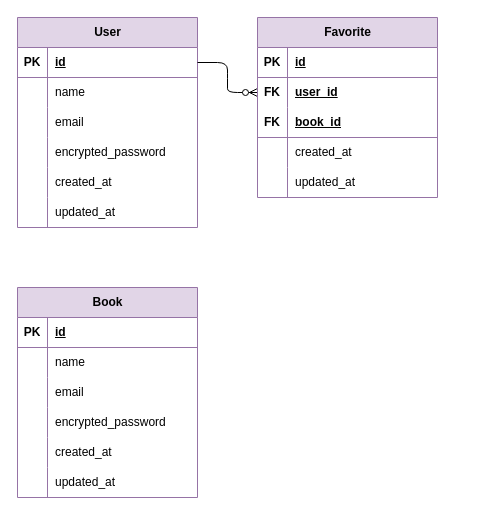
Before: team_nk/いいね機能.drawio in Ganmo3/drawio, a draw.io diagram. Source tidied: cells renumbered, new cells numbered last; positions are measured from the earlier drawing's top-left corner, leaving out a move shared by most shapes. Both pictures are drawn from the tidied source at 100%, with x=0, y=0 at pixel (17, 17).
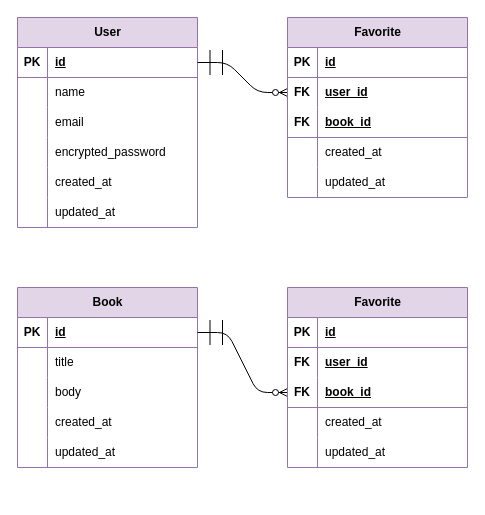
Above is the later version.

Commit message (it also covers changes not shown here):
いいね機能.drawio を更新します

Unchanged cells that the change refers to:
```xml
<mxCell id="3" style="shape=tableRow;horizontal=0;startSize=0;swimlaneHead=0;swimlaneBody=0;fillColor=none;points=[[0,0.5],[1,0.5]];portConstraint=eastwest;top=0;left=0;right=0;bottom=1;strokeColor=#9673a6;fontFamily=Helvetica;fontSize=12;fontColor=default;html=1;" parent="2" vertex="1">
  <mxGeometry y="30" width="180" height="30" as="geometry" />
</mxCell>
<mxCell id="26" style="shape=tableRow;horizontal=0;startSize=0;swimlaneHead=0;swimlaneBody=0;fillColor=none;points=[[0,0.5],[1,0.5]];portConstraint=eastwest;top=0;left=0;right=0;bottom=0;strokeColor=#9673a6;fontFamily=Helvetica;fontSize=12;fontColor=default;html=1;" parent="22" vertex="1">
  <mxGeometry y="60" width="180" height="30" as="geometry" />
</mxCell>
<mxCell id="39" style="shape=tableRow;horizontal=0;startSize=0;swimlaneHead=0;swimlaneBody=0;fillColor=none;points=[[0,0.5],[1,0.5]];portConstraint=eastwest;top=0;left=0;right=0;bottom=1;strokeColor=#9673a6;fontFamily=Helvetica;fontSize=12;fontColor=default;html=1;" parent="38" vertex="1">
  <mxGeometry y="30" width="180" height="30" as="geometry" />
</mxCell>
<mxCell id="42" style="shape=tableRow;horizontal=0;startSize=0;swimlaneHead=0;swimlaneBody=0;fillColor=none;top=0;left=0;right=0;bottom=0;strokeColor=#9673a6;fontFamily=Helvetica;fontSize=12;fontColor=default;html=1;" parent="38" vertex="1">
  <mxGeometry y="60" width="180" height="30" as="geometry" />
</mxCell>
<mxCell id="45" style="shape=tableRow;horizontal=0;startSize=0;swimlaneHead=0;swimlaneBody=0;fillColor=none;top=0;left=0;right=0;bottom=0;strokeColor=#9673a6;fontFamily=Helvetica;fontSize=12;fontColor=default;html=1;" parent="38" vertex="1">
  <mxGeometry y="90" width="180" height="30" as="geometry" />
</mxCell>
```

Change to the diagram source:
```diff
@@
-    <mxCell id="21" style="edgeStyle=entityRelationEdgeStyle;fontSize=12;html=1;endArrow=ERzeroToMany;endFill=1;fontFamily=Helvetica;fontColor=default;startSize=23;rounded=1;entryX=0;entryY=0.5;entryDx=0;entryDy=0;" parent="1" edge="1" source="3" target="26">
+    <mxCell id="21" style="edgeStyle=entityRelationEdgeStyle;fontSize=12;html=1;endArrow=ERzeroToMany;endFill=1;fontFamily=Helvetica;fontColor=default;startSize=23;rounded=1;entryX=0;entryY=0.5;entryDx=0;entryDy=0;startArrow=ERmandOne;startFill=0;jumpSize=0;strokeWidth=1;strokeColor=default;" parent="1" edge="1" source="3" target="26">
       <mxGeometry relative="1" as="geometry" />
     </mxCell>
     <mxCell id="22" value="&lt;font color=&quot;#000000&quot;&gt;Favorite&lt;/font&gt;" style="shape=table;startSize=30;childLayout=tableLayout;rowLines=0;fontStyle=1;align=center;html=1;strokeColor=#9673a6;fontFamily=Helvetica;fontSize=12;fontColor=default;fillColor=#e1d5e7;" parent="1" vertex="1">
-      <mxGeometry x="240" width="180" height="180" as="geometry" />
+      <mxGeometry x="270" width="180" height="180" as="geometry" />
     </mxCell>
@@
     <mxCell id="38" value="&lt;font color=&quot;#000000&quot;&gt;Book&lt;/font&gt;" style="shape=table;startSize=30;childLayout=tableLayout;rowLines=0;fontStyle=1;align=center;html=1;strokeColor=#9673a6;fontFamily=Helvetica;fontSize=12;fontColor=default;fillColor=#e1d5e7;" parent="1" vertex="1">
-      <mxGeometry y="270" width="180" height="210" as="geometry" />
+      <mxGeometry y="270" width="180" height="180" as="geometry" />
     </mxCell>
@@
-    <mxCell id="44" value="name" style="shape=partialRectangle;fillColor=none;top=0;left=0;bottom=0;right=0;align=left;spacingLeft=6;overflow=hidden;whiteSpace=wrap;html=1;strokeColor=#9673a6;fontFamily=Helvetica;fontSize=12;fontColor=default;startSize=23;" parent="42" vertex="1">
+    <mxCell id="44" value="title" style="shape=partialRectangle;fillColor=none;top=0;left=0;bottom=0;right=0;align=left;spacingLeft=6;overflow=hidden;whiteSpace=wrap;html=1;strokeColor=#9673a6;fontFamily=Helvetica;fontSize=12;fontColor=default;startSize=23;" parent="42" vertex="1">
       <mxGeometry x="30" width="150" height="30" as="geometry" />
     </mxCell>
@@
-    <mxCell id="47" value="email" style="shape=partialRectangle;fillColor=none;top=0;left=0;bottom=0;right=0;align=left;spacingLeft=6;overflow=hidden;whiteSpace=wrap;html=1;strokeColor=#9673a6;fontFamily=Helvetica;fontSize=12;fontColor=default;startSize=23;" parent="45" vertex="1">
+    <mxCell id="47" value="body" style="shape=partialRectangle;fillColor=none;top=0;left=0;bottom=0;right=0;align=left;spacingLeft=6;overflow=hidden;whiteSpace=wrap;html=1;strokeColor=#9673a6;fontFamily=Helvetica;fontSize=12;fontColor=default;startSize=23;" parent="45" vertex="1">
       <mxGeometry x="30" width="150" height="30" as="geometry" />
     </mxCell>
-    <mxCell id="48" style="shape=tableRow;horizontal=0;startSize=0;swimlaneHead=0;swimlaneBody=0;fillColor=none;top=0;left=0;right=0;bottom=0;strokeColor=#9673a6;fontFamily=Helvetica;fontSize=12;fontColor=default;html=1;" parent="38" vertex="1">
-      <mxGeometry y="120" width="180" height="30" as="geometry" />
-    </mxCell>
-    <mxCell id="49" style="shape=partialRectangle;fillColor=none;top=0;left=0;bottom=0;right=0;overflow=hidden;whiteSpace=wrap;html=1;strokeColor=#9673a6;fontFamily=Helvetica;fontSize=12;fontColor=default;startSize=23;" parent="48" vertex="1">
-      <mxGeometry width="30" height="30" as="geometry" />
-    </mxCell>
-    <mxCell id="50" value="encrypted_password" style="shape=partialRectangle;fillColor=none;top=0;left=0;bottom=0;right=0;align=left;spacingLeft=6;overflow=hidden;whiteSpace=wrap;html=1;strokeColor=#9673a6;fontFamily=Helvetica;fontSize=12;fontColor=default;startSize=23;" parent="48" vertex="1">
-      <mxGeometry x="30" width="150" height="30" as="geometry" />
-    </mxCell>
     <mxCell id="51" style="shape=tableRow;horizontal=0;startSize=0;swimlaneHead=0;swimlaneBody=0;fillColor=none;top=0;left=0;right=0;bottom=0;strokeColor=#9673a6;fontFamily=Helvetica;fontSize=12;fontColor=default;html=1;" parent="38" vertex="1">
-      <mxGeometry y="150" width="180" height="30" as="geometry" />
+      <mxGeometry y="120" width="180" height="30" as="geometry" />
     </mxCell>
@@
     <mxCell id="54" style="shape=tableRow;horizontal=0;startSize=0;swimlaneHead=0;swimlaneBody=0;fillColor=none;top=0;left=0;right=0;bottom=0;strokeColor=#9673a6;fontFamily=Helvetica;fontSize=12;fontColor=default;html=1;" parent="38" vertex="1">
-      <mxGeometry y="180" width="180" height="30" as="geometry" />
+      <mxGeometry y="150" width="180" height="30" as="geometry" />
     </mxCell>
@@
+    <mxCell id="57" style="edgeStyle=entityRelationEdgeStyle;fontSize=12;html=1;endArrow=ERzeroToMany;endFill=1;fontFamily=Helvetica;fontColor=default;startSize=23;rounded=1;startArrow=ERmandOne;startFill=0;jumpSize=0;strokeWidth=1;strokeColor=default;exitX=1;exitY=0.5;exitDx=0;exitDy=0;entryX=0;entryY=0.5;entryDx=0;entryDy=0;" parent="1" edge="1" source="39" target="65">
+      <mxGeometry relative="1" as="geometry" />
+    </mxCell>
+    <mxCell id="58" value="&lt;font color=&quot;#000000&quot;&gt;Favorite&lt;/font&gt;" style="shape=table;startSize=30;childLayout=tableLayout;rowLines=0;fontStyle=1;align=center;html=1;strokeColor=#9673a6;fontFamily=Helvetica;fontSize=12;fontColor=default;fillColor=#e1d5e7;" parent="1" vertex="1">
+      <mxGeometry x="270" y="270" width="180" height="180" as="geometry" />
+    </mxCell>
+    <mxCell id="59" style="shape=tableRow;horizontal=0;startSize=0;swimlaneHead=0;swimlaneBody=0;fillColor=none;top=0;left=0;right=0;bottom=1;strokeColor=#9673a6;fontFamily=Helvetica;fontSize=12;fontColor=default;html=1;" parent="58" vertex="1">
+      <mxGeometry y="30" width="180" height="30" as="geometry" />
+    </mxCell>
+    <mxCell id="60" value="PK" style="shape=partialRectangle;fillColor=none;top=0;left=0;bottom=0;right=0;fontStyle=1;overflow=hidden;whiteSpace=wrap;html=1;strokeColor=#9673a6;fontFamily=Helvetica;fontSize=12;fontColor=default;startSize=23;" parent="59" vertex="1">
+      <mxGeometry width="30" height="30" as="geometry" />
+    </mxCell>
+    <mxCell id="61" value="id" style="shape=partialRectangle;fillColor=none;top=0;left=0;bottom=0;right=0;align=left;spacingLeft=6;fontStyle=5;overflow=hidden;whiteSpace=wrap;html=1;strokeColor=#9673a6;fontFamily=Helvetica;fontSize=12;fontColor=default;startSize=23;" parent="59" vertex="1">
+      <mxGeometry x="30" width="150" height="30" as="geometry" />
+    </mxCell>
+    <mxCell id="62" style="shape=tableRow;horizontal=0;startSize=0;swimlaneHead=0;swimlaneBody=0;fillColor=none;top=0;left=0;right=0;bottom=0;strokeColor=#9673a6;fontFamily=Helvetica;fontSize=12;fontColor=default;html=1;" parent="58" vertex="1">
+      <mxGeometry y="60" width="180" height="30" as="geometry" />
+    </mxCell>
+    <mxCell id="63" value="&lt;b&gt;FK&lt;/b&gt;" style="shape=partialRectangle;fillColor=none;top=0;left=0;bottom=0;right=0;overflow=hidden;whiteSpace=wrap;html=1;strokeColor=#9673a6;fontFamily=Helvetica;fontSize=12;fontColor=default;startSize=23;" parent="62" vertex="1">
+      <mxGeometry width="30" height="30" as="geometry" />
+    </mxCell>
+    <mxCell id="64" value="&lt;u&gt;&lt;b&gt;user_id&lt;/b&gt;&lt;/u&gt;" style="shape=partialRectangle;fillColor=none;top=0;left=0;bottom=0;right=0;align=left;spacingLeft=6;overflow=hidden;whiteSpace=wrap;html=1;strokeColor=#9673a6;fontFamily=Helvetica;fontSize=12;fontColor=default;startSize=23;" parent="62" vertex="1">
+      <mxGeometry x="30" width="150" height="30" as="geometry" />
+    </mxCell>
+    <mxCell id="65" style="shape=tableRow;horizontal=0;startSize=0;swimlaneHead=0;swimlaneBody=0;fillColor=none;points=[[0,0.5],[1,0.5]];portConstraint=eastwest;top=0;left=0;right=0;bottom=1;strokeColor=#9673a6;fontFamily=Helvetica;fontSize=12;fontColor=default;html=1;" parent="58" vertex="1">
+      <mxGeometry y="90" width="180" height="30" as="geometry" />
+    </mxCell>
+    <mxCell id="66" value="FK" style="shape=partialRectangle;fillColor=none;top=0;left=0;bottom=0;right=0;fontStyle=1;overflow=hidden;whiteSpace=wrap;html=1;strokeColor=#9673a6;fontFamily=Helvetica;fontSize=12;fontColor=default;startSize=23;" parent="65" vertex="1">
+      <mxGeometry width="30" height="30" as="geometry" />
+    </mxCell>
+    <mxCell id="67" value="book_id" style="shape=partialRectangle;fillColor=none;top=0;left=0;bottom=0;right=0;align=left;spacingLeft=6;fontStyle=5;overflow=hidden;whiteSpace=wrap;html=1;strokeColor=#9673a6;fontFamily=Helvetica;fontSize=12;fontColor=default;startSize=23;" parent="65" vertex="1">
+      <mxGeometry x="30" width="150" height="30" as="geometry" />
+    </mxCell>
+    <mxCell id="48" style="shape=tableRow;horizontal=0;startSize=0;swimlaneHead=0;swimlaneBody=0;fillColor=none;top=0;left=0;right=0;bottom=0;strokeColor=#9673a6;fontFamily=Helvetica;fontSize=12;fontColor=default;html=1;" parent="58" vertex="1">
+      <mxGeometry y="120" width="180" height="30" as="geometry" />
+    </mxCell>
+    <mxCell id="68" style="shape=partialRectangle;fillColor=none;top=0;left=0;bottom=0;right=0;overflow=hidden;whiteSpace=wrap;html=1;strokeColor=#9673a6;fontFamily=Helvetica;fontSize=12;fontColor=default;startSize=23;" parent="48" vertex="1">
+      <mxGeometry width="30" height="30" as="geometry" />
+    </mxCell>
+    <mxCell id="69" value="created_at" style="shape=partialRectangle;fillColor=none;top=0;left=0;bottom=0;right=0;align=left;spacingLeft=6;overflow=hidden;whiteSpace=wrap;html=1;strokeColor=#9673a6;fontFamily=Helvetica;fontSize=12;fontColor=default;startSize=23;" parent="48" vertex="1">
+      <mxGeometry x="30" width="150" height="30" as="geometry" />
+    </mxCell>
+    <mxCell id="70" style="shape=tableRow;horizontal=0;startSize=0;swimlaneHead=0;swimlaneBody=0;fillColor=none;top=0;left=0;right=0;bottom=0;strokeColor=#9673a6;fontFamily=Helvetica;fontSize=12;fontColor=default;html=1;" parent="58" vertex="1">
+      <mxGeometry y="150" width="180" height="30" as="geometry" />
+    </mxCell>
+    <mxCell id="71" style="shape=partialRectangle;fillColor=none;top=0;left=0;bottom=0;right=0;overflow=hidden;whiteSpace=wrap;html=1;strokeColor=#9673a6;fontFamily=Helvetica;fontSize=12;fontColor=default;startSize=23;" parent="70" vertex="1">
+      <mxGeometry width="30" height="30" as="geometry" />
+    </mxCell>
+    <mxCell id="72" value="updated_at" style="shape=partialRectangle;fillColor=none;top=0;left=0;bottom=0;right=0;align=left;spacingLeft=6;overflow=hidden;whiteSpace=wrap;html=1;strokeColor=#9673a6;fontFamily=Helvetica;fontSize=12;fontColor=default;startSize=23;" parent="70" vertex="1">
+      <mxGeometry x="30" width="150" height="30" as="geometry" />
+    </mxCell>
```
